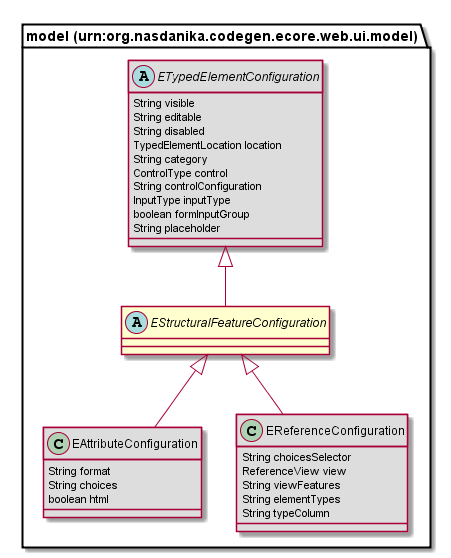
Above: org.nasdanika.codegen.ecore.web.ui.repository/src/site/resources/modeldoc/75726e3a6f72672e6e617364616e696b612e636f646567656e2e65636f72652e7765622e75692e6d6f64656c/EStructuralFeatureConfiguration.png in Nasdanika/codegen-ecore-web-ui (PlantUML), before the change. Source of this version:
```plantuml
@startuml
abstract class "model (urn:org.nasdanika.codegen.ecore.web.ui.model).EStructuralFeatureConfiguration" [[#router/doc-content/75726e3a6f72672e6e617364616e696b612e636f646567656e2e65636f72652e7765622e75692e6d6f64656c/EStructuralFeatureConfiguration.html]] {
}
class "model (urn:org.nasdanika.codegen.ecore.web.ui.model).EAttributeConfiguration" [[#router/doc-content/75726e3a6f72672e6e617364616e696b612e636f646567656e2e65636f72652e7765622e75692e6d6f64656c/EAttributeConfiguration.html]] #DDDDDD {
	String format
	String choices
	boolean html
}
class "model (urn:org.nasdanika.codegen.ecore.web.ui.model).EReferenceConfiguration" [[#router/doc-content/75726e3a6f72672e6e617364616e696b612e636f646567656e2e65636f72652e7765622e75692e6d6f64656c/EReferenceConfiguration.html]] #DDDDDD {
	String choicesSelector
	ReferenceView view
	String viewFeatures
	String elementTypes
	String typeColumn
}
abstract class "model (urn:org.nasdanika.codegen.ecore.web.ui.model).ETypedElementConfiguration" [[#router/doc-content/75726e3a6f72672e6e617364616e696b612e636f646567656e2e65636f72652e7765622e75692e6d6f64656c/ETypedElementConfiguration.html]] #DDDDDD {
	String visible
	String editable
	String disabled
	TypedElementLocation location
	String category
	ControlType control
	String controlConfiguration
	InputType inputType
	boolean formInputGroup
	String placeholder
}
"model (urn:org.nasdanika.codegen.ecore.web.ui.model).EStructuralFeatureConfiguration" <|-- "model (urn:org.nasdanika.codegen.ecore.web.ui.model).EAttributeConfiguration"
"model (urn:org.nasdanika.codegen.ecore.web.ui.model).EStructuralFeatureConfiguration" <|-- "model (urn:org.nasdanika.codegen.ecore.web.ui.model).EReferenceConfiguration"
"model (urn:org.nasdanika.codegen.ecore.web.ui.model).ETypedElementConfiguration" <|-- "model (urn:org.nasdanika.codegen.ecore.web.ui.model).EStructuralFeatureConfiguration"
@enduml
```
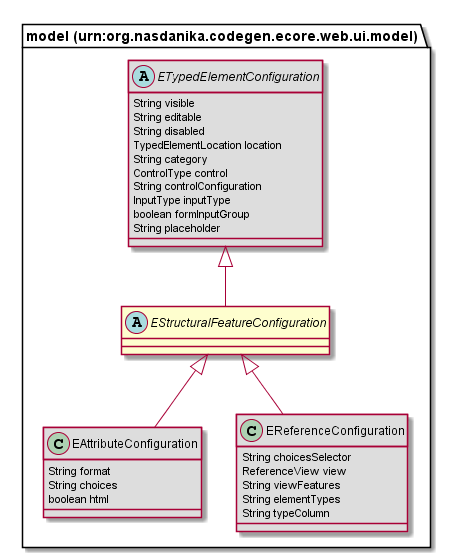
Above is the later version.

Change to the diagram source:
```diff
@@ -25,7 +25,7 @@
 	boolean formInputGroup
 	String placeholder
 }
+"model (urn:org.nasdanika.codegen.ecore.web.ui.model).ETypedElementConfiguration" <|-- "model (urn:org.nasdanika.codegen.ecore.web.ui.model).EStructuralFeatureConfiguration"
 "model (urn:org.nasdanika.codegen.ecore.web.ui.model).EStructuralFeatureConfiguration" <|-- "model (urn:org.nasdanika.codegen.ecore.web.ui.model).EAttributeConfiguration"
 "model (urn:org.nasdanika.codegen.ecore.web.ui.model).EStructuralFeatureConfiguration" <|-- "model (urn:org.nasdanika.codegen.ecore.web.ui.model).EReferenceConfiguration"
-"model (urn:org.nasdanika.codegen.ecore.web.ui.model).ETypedElementConfiguration" <|-- "model (urn:org.nasdanika.codegen.ecore.web.ui.model).EStructuralFeatureConfiguration"
 @enduml
```
